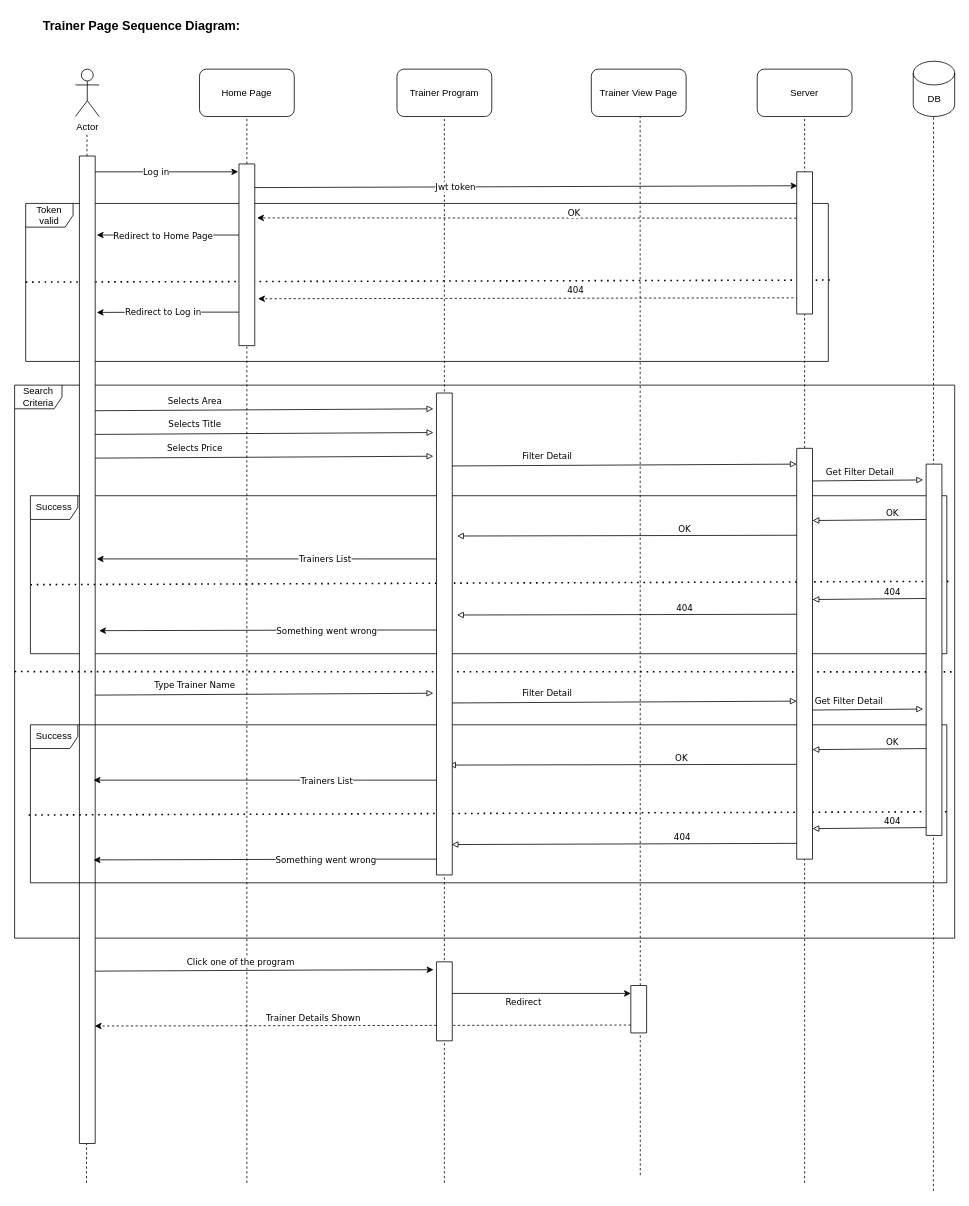
berksaygu/software keeps this draw.io diagram as page "Trainer" (7 of 7) of Sequence Diagrams.drawio. Above is the earlier version. Source tidied: cells renumbered, new cells numbered last; positions are measured from the earlier drawing's top-left corner, leaving out a move shared by most shapes. Both pictures are drawn from the tidied source at 79%, with x=0, y=0 at pixel (14, 13).
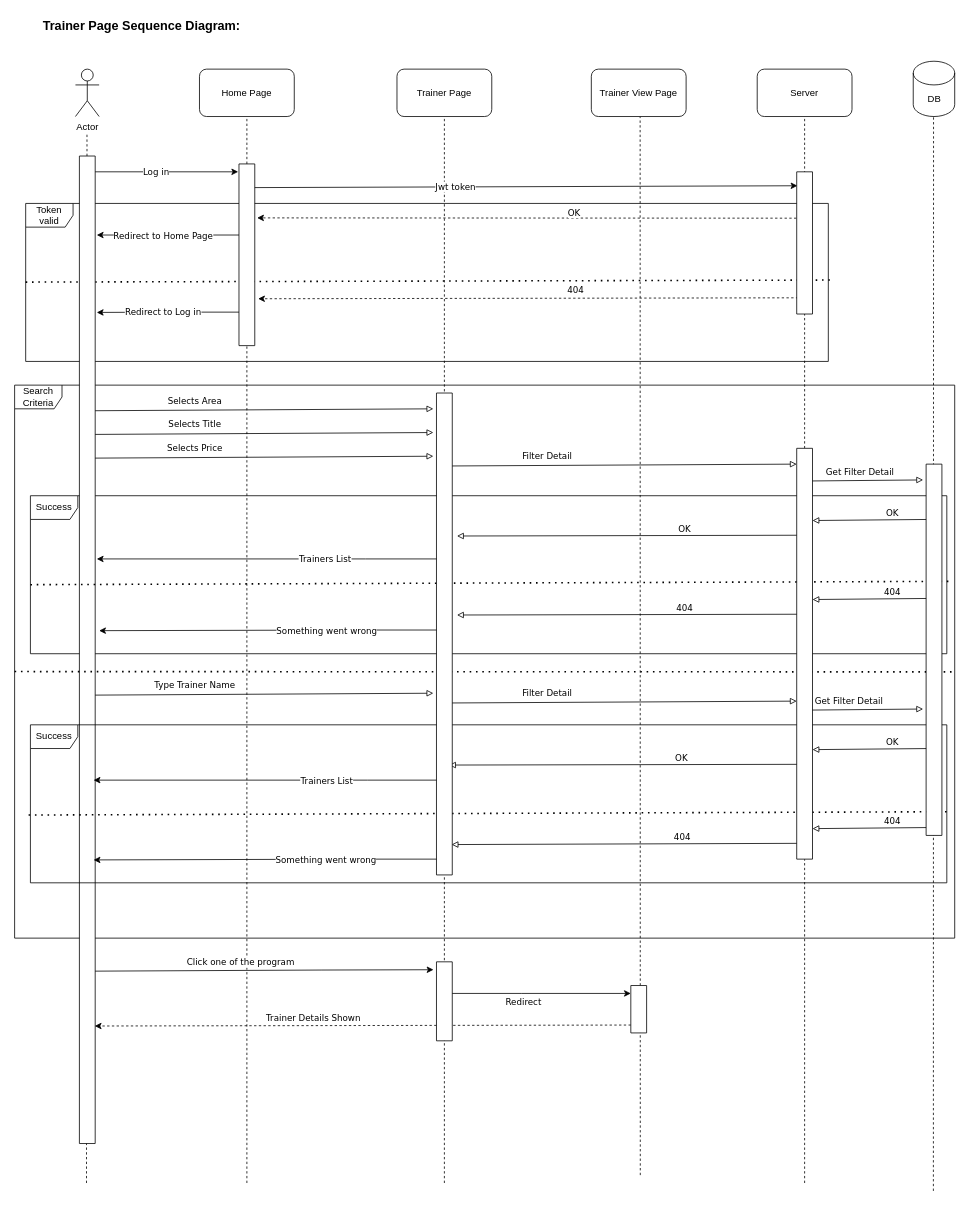
The same page after the edit.

The edit, as a diff of the source:
```diff
@@
-    <mxCell id="15" value="Trainer Program" style="rounded=1;whiteSpace=wrap;html=1;flipH=0;flipV=0;" parent="1" vertex="1">
+    <mxCell id="15" value="Trainer Page" style="rounded=1;whiteSpace=wrap;html=1;flipH=0;flipV=0;" parent="1" vertex="1">
       <mxGeometry x="484" y="70" width="120" height="60" as="geometry" />
     </mxCell>
```
